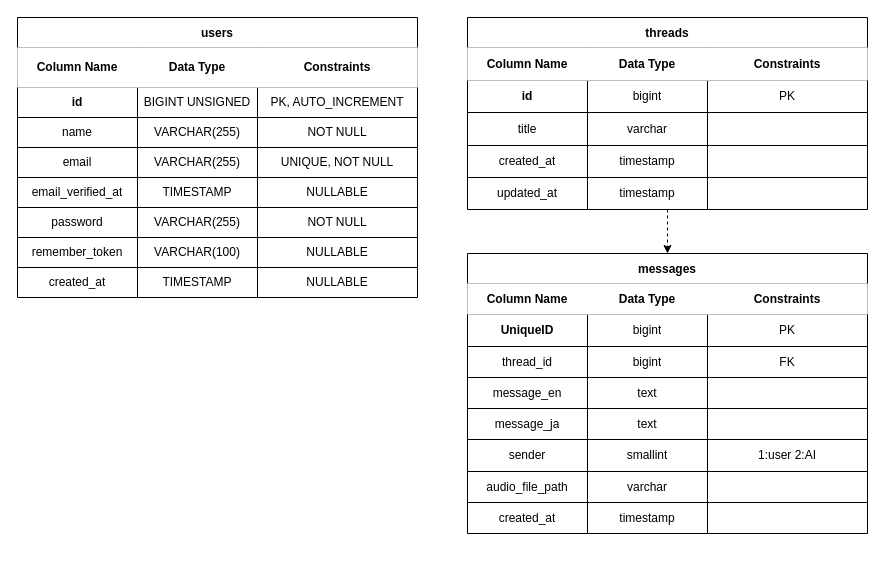
Zakky4/ai-english-app keeps this draw.io diagram as db.drawio. Above is the earlier version. Source tidied: cells renumbered, new cells numbered last; positions are measured from the earlier drawing's top-left corner, leaving out a move shared by most shapes. Both pictures are drawn from the tidied source at 100%, with x=0, y=0 at pixel (17, 17).
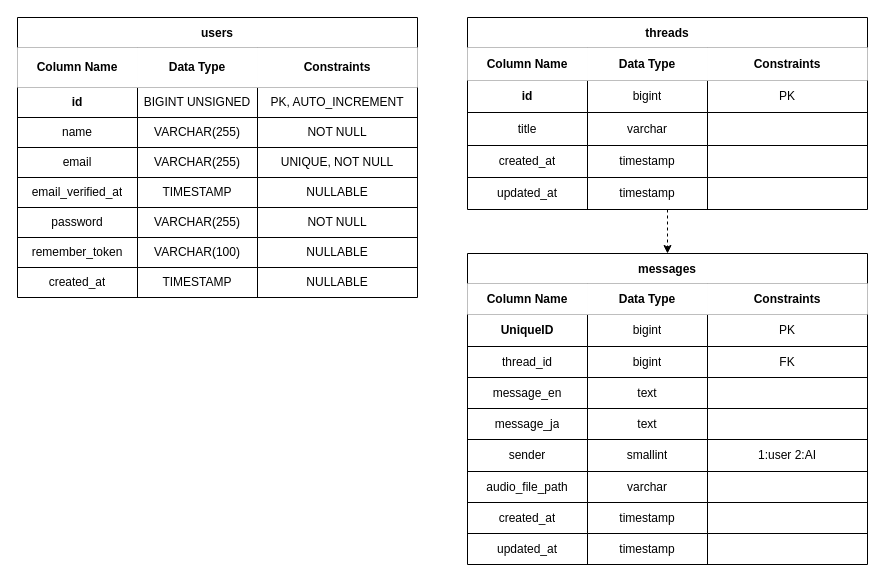
The same page after the edit.

Commit message (it also covers changes not shown here):
メッセージ機能を追加するために、Messageモデル、MessageController、マイグレーションファイル、シーダーファイルを新規作成しました。これにより、メッセージデータの管理とデータベースの初期化が可能になります。また、db.drawioファイルのデータベーススキーマを更新し、messagesテーブルの構造を視覚的に反映しました。

The edit, as a diff of the source:
```diff
@@
     <mxCell id="56" value="messages" style="shape=table;startSize=30;childLayout=tableLayout;fontStyle=1;align=center;" parent="1" vertex="1">
-      <mxGeometry x="450" y="236" width="400" height="280" as="geometry" />
+      <mxGeometry x="450" y="236" width="400" height="311" as="geometry" />
     </mxCell>
@@
+    <mxCell id="90" style="shape=tableRow;horizontal=0;startSize=0;swimlaneHead=0;swimlaneBody=0;top=0;left=0;bottom=0;right=0;fillColor=none;" parent="56" vertex="1">
+      <mxGeometry y="280" width="400" height="31" as="geometry" />
+    </mxCell>
+    <mxCell id="91" value="updated_at" style="shape=partialRectangle;html=1;whiteSpace=wrap;fillColor=none;top=0;left=0;bottom=0;right=0;overflow=hidden;" parent="90" vertex="1">
+      <mxGeometry width="120" height="31" as="geometry" />
+    </mxCell>
+    <mxCell id="92" value="timestamp" style="shape=partialRectangle;html=1;whiteSpace=wrap;fillColor=none;top=0;left=0;bottom=0;right=0;overflow=hidden;" parent="90" vertex="1">
+      <mxGeometry x="120" width="120" height="31" as="geometry" />
+    </mxCell>
+    <mxCell id="93" style="shape=partialRectangle;html=1;whiteSpace=wrap;fillColor=none;top=0;left=0;bottom=0;right=0;overflow=hidden;" parent="90" vertex="1">
+      <mxGeometry x="240" width="160" height="31" as="geometry" />
+    </mxCell>
```
